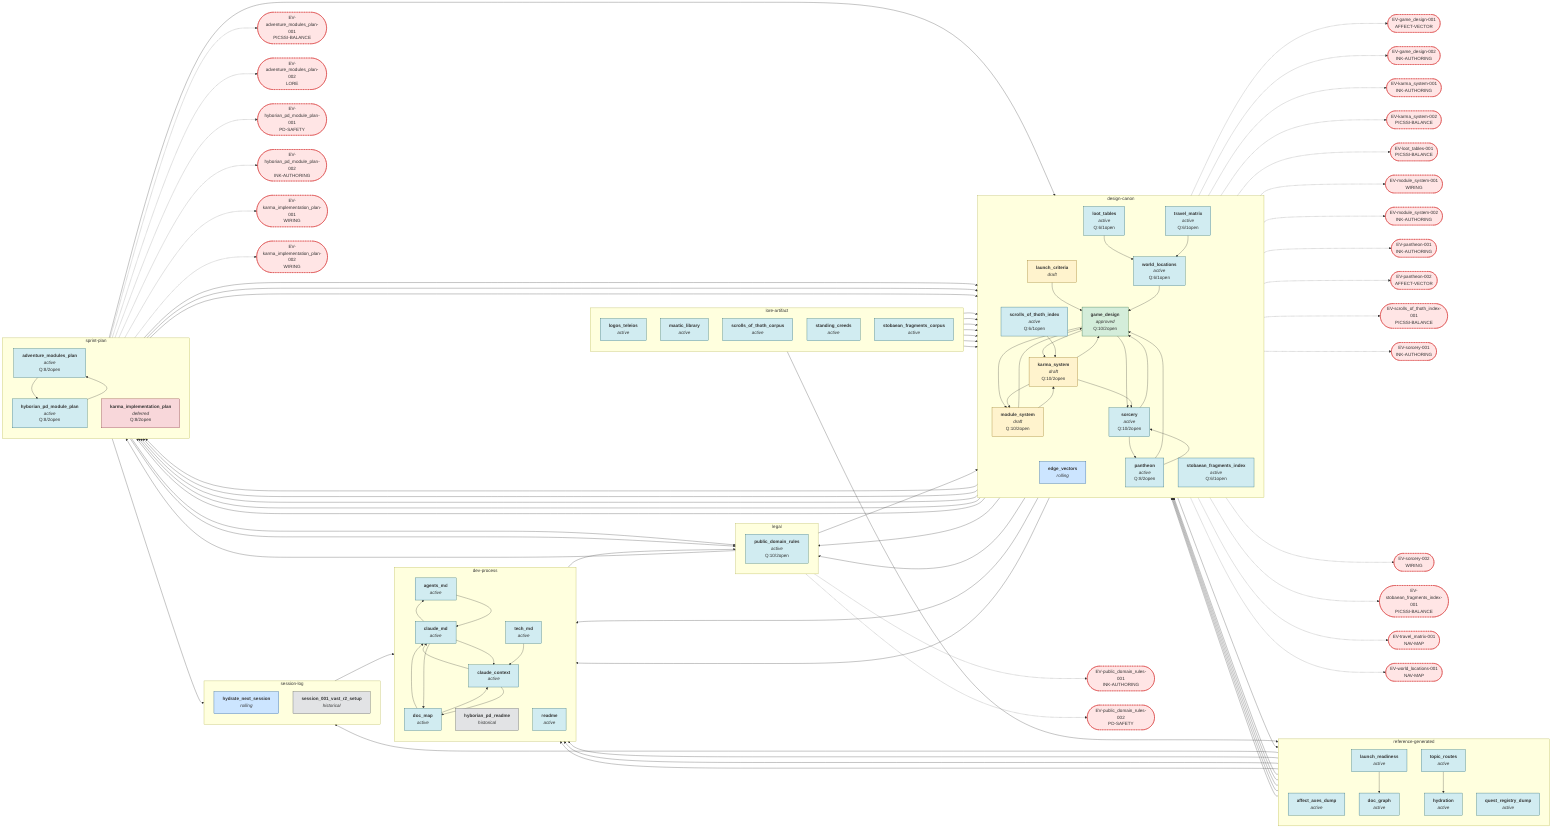
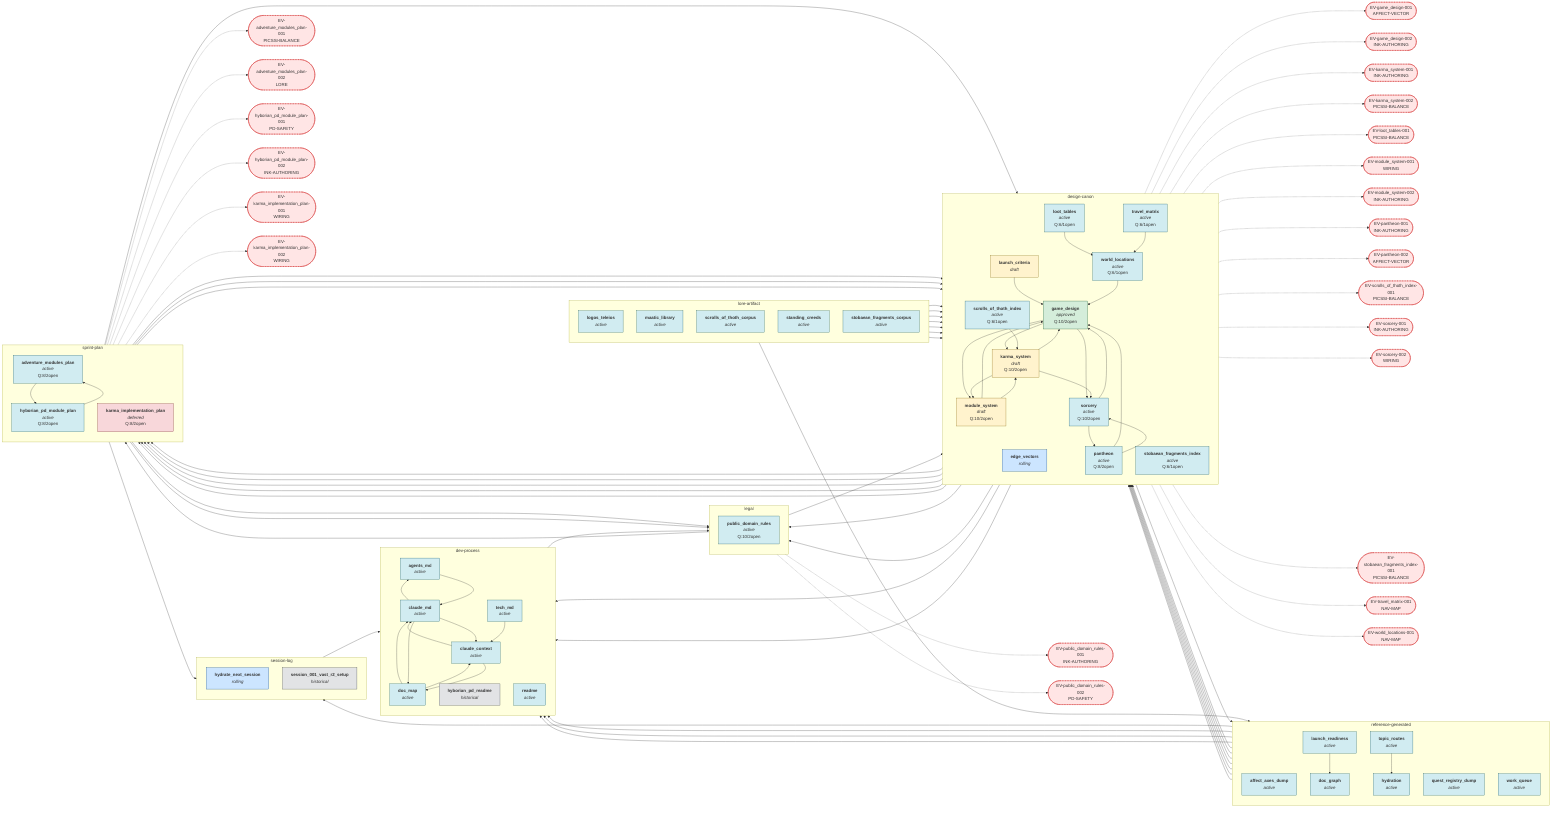
%% AUTO-GENERATED by scripts/build-doc-graph.ts. Do not hand-edit.
%% Run: npm run graph:build
- %% 36 docs · 23 EVs · 194 edges (showing cross_ref + has_open_question only)
+ %% 37 docs · 23 EVs · 182 edges (showing cross_ref + has_open_question only)
%% Generated 2026-05-09

flowchart LR
  subgraph design_canon["design-canon"]
    direction TB
    edge_vectors["<b>edge_vectors</b><br/><i>rolling</i>"]
    game_design["<b>game_design</b><br/><i>approved</i><br/>Q:10/2open"]
    karma_system["<b>karma_system</b><br/><i>draft</i><br/>Q:10/2open"]
    launch_criteria["<b>launch_criteria</b><br/><i>draft</i>"]
    loot_tables["<b>loot_tables</b><br/><i>active</i><br/>Q:6/1open"]
    module_system["<b>module_system</b><br/><i>draft</i><br/>Q:10/2open"]
    pantheon["<b>pantheon</b><br/><i>active</i><br/>Q:8/2open"]
    scrolls_of_thoth_index["<b>scrolls_of_thoth_index</b><br/><i>active</i><br/>Q:6/1open"]
    sorcery["<b>sorcery</b><br/><i>active</i><br/>Q:10/2open"]
    stobaean_fragments_index["<b>stobaean_fragments_index</b><br/><i>active</i><br/>Q:6/1open"]
    travel_matrix["<b>travel_matrix</b><br/><i>active</i><br/>Q:6/1open"]
    world_locations["<b>world_locations</b><br/><i>active</i><br/>Q:6/1open"]
  end

  subgraph dev_process["dev-process"]
    direction TB
    agents_md["<b>agents_md</b><br/><i>active</i>"]
    claude_context["<b>claude_context</b><br/><i>active</i>"]
    claude_md["<b>claude_md</b><br/><i>active</i>"]
    doc_map["<b>doc_map</b><br/><i>active</i>"]
    hyborian_pd_readme["<b>hyborian_pd_readme</b><br/><i>historical</i>"]
    readme["<b>readme</b><br/><i>active</i>"]
    tech_md["<b>tech_md</b><br/><i>active</i>"]
  end

  subgraph legal["legal"]
    direction TB
    public_domain_rules["<b>public_domain_rules</b><br/><i>active</i><br/>Q:10/2open"]
  end

  subgraph lore_artifact["lore-artifact"]
    direction TB
    logos_teleios["<b>logos_teleios</b><br/><i>active</i>"]
    maatic_library["<b>maatic_library</b><br/><i>active</i>"]
    scrolls_of_thoth_corpus["<b>scrolls_of_thoth_corpus</b><br/><i>active</i>"]
    standing_creeds["<b>standing_creeds</b><br/><i>active</i>"]
    stobaean_fragments_corpus["<b>stobaean_fragments_corpus</b><br/><i>active</i>"]
  end

  subgraph reference_generated["reference-generated"]
    direction TB
    affect_axes_dump["<b>affect_axes_dump</b><br/><i>active</i>"]
    doc_graph["<b>doc_graph</b><br/><i>active</i>"]
    hydration["<b>hydration</b><br/><i>active</i>"]
    launch_readiness["<b>launch_readiness</b><br/><i>active</i>"]
    quest_registry_dump["<b>quest_registry_dump</b><br/><i>active</i>"]
    topic_routes["<b>topic_routes</b><br/><i>active</i>"]
+     work_queue["<b>work_queue</b><br/><i>active</i>"]
  end

  subgraph session_log["session-log"]
    direction TB
    hydrate_next_session["<b>hydrate_next_session</b><br/><i>rolling</i>"]
    session_001_vast_r2_setup["<b>session_001_vast_r2_setup</b><br/><i>historical</i>"]
  end

  subgraph sprint_plan["sprint-plan"]
    direction TB
    adventure_modules_plan["<b>adventure_modules_plan</b><br/><i>active</i><br/>Q:8/2open"]
    hyborian_pd_module_plan["<b>hyborian_pd_module_plan</b><br/><i>active</i><br/>Q:8/2open"]
    karma_implementation_plan["<b>karma_implementation_plan</b><br/><i>deferred</i><br/>Q:8/2open"]
  end

  %% Open Edge Vectors
  EV_adventure_modules_plan_001(["EV-adventure_modules_plan-001<br/>PICSSI-BALANCE"])
  EV_adventure_modules_plan_002(["EV-adventure_modules_plan-002<br/>LORE"])
  EV_game_design_001(["EV-game_design-001<br/>AFFECT-VECTOR"])
  EV_game_design_002(["EV-game_design-002<br/>INK-AUTHORING"])
  EV_hyborian_pd_module_plan_001(["EV-hyborian_pd_module_plan-001<br/>PD-SAFETY"])
  EV_hyborian_pd_module_plan_002(["EV-hyborian_pd_module_plan-002<br/>INK-AUTHORING"])
  EV_karma_implementation_plan_001(["EV-karma_implementation_plan-001<br/>WIRING"])
  EV_karma_implementation_plan_002(["EV-karma_implementation_plan-002<br/>WIRING"])
  EV_karma_system_001(["EV-karma_system-001<br/>INK-AUTHORING"])
  EV_karma_system_002(["EV-karma_system-002<br/>PICSSI-BALANCE"])
  EV_loot_tables_001(["EV-loot_tables-001<br/>PICSSI-BALANCE"])
  EV_module_system_001(["EV-module_system-001<br/>WIRING"])
  EV_module_system_002(["EV-module_system-002<br/>INK-AUTHORING"])
  EV_pantheon_001(["EV-pantheon-001<br/>INK-AUTHORING"])
  EV_pantheon_002(["EV-pantheon-002<br/>AFFECT-VECTOR"])
  EV_public_domain_rules_001(["EV-public_domain_rules-001<br/>INK-AUTHORING"])
  EV_public_domain_rules_002(["EV-public_domain_rules-002<br/>PD-SAFETY"])
  EV_scrolls_of_thoth_index_001(["EV-scrolls_of_thoth_index-001<br/>PICSSI-BALANCE"])
  EV_sorcery_001(["EV-sorcery-001<br/>INK-AUTHORING"])
  EV_sorcery_002(["EV-sorcery-002<br/>WIRING"])
  EV_stobaean_fragments_index_001(["EV-stobaean_fragments_index-001<br/>PICSSI-BALANCE"])
  EV_travel_matrix_001(["EV-travel_matrix-001<br/>NAV-MAP"])
  EV_world_locations_001(["EV-world_locations-001<br/>NAV-MAP"])

  %% cross_ref edges (from DOC_MAP)
  adventure_modules_plan --> game_design
  adventure_modules_plan --> hyborian_pd_module_plan
  adventure_modules_plan --> karma_system
  adventure_modules_plan --> public_domain_rules
  agents_md --> claude_md
  claude_context --> claude_md
  claude_context --> doc_map
  claude_md --> agents_md
  claude_md --> claude_context
  claude_md --> doc_map
  doc_graph --> doc_map
  doc_graph --> edge_vectors
  doc_map --> claude_context
  doc_map --> claude_md
  edge_vectors --> doc_map
  game_design --> adventure_modules_plan
  game_design --> karma_system
  game_design --> module_system
  game_design --> public_domain_rules
  game_design --> sorcery
  hyborian_pd_module_plan --> adventure_modules_plan
  hyborian_pd_module_plan --> game_design
  hyborian_pd_module_plan --> public_domain_rules
  hyborian_pd_readme --> public_domain_rules
  hydrate_next_session --> claude_context
  hydration --> doc_map
  hydration --> edge_vectors
  hydration --> hydrate_next_session
  hydration --> launch_criteria
  karma_implementation_plan --> hydrate_next_session
  karma_implementation_plan --> karma_system
  karma_system --> game_design
  karma_system --> karma_implementation_plan
  karma_system --> module_system
  karma_system --> sorcery
  launch_criteria --> adventure_modules_plan
  launch_criteria --> doc_map
  launch_criteria --> game_design
  launch_criteria --> karma_implementation_plan
  launch_readiness --> doc_graph
  launch_readiness --> launch_criteria
  logos_teleios --> scrolls_of_thoth_index
  loot_tables --> world_locations
  maatic_library --> game_design
  maatic_library --> pantheon
  module_system --> game_design
  module_system --> hyborian_pd_module_plan
  module_system --> karma_system
  pantheon --> game_design
  pantheon --> public_domain_rules
  pantheon --> sorcery
  public_domain_rules --> game_design
  public_domain_rules --> hyborian_pd_module_plan
  scrolls_of_thoth_corpus --> scrolls_of_thoth_index
  scrolls_of_thoth_index --> karma_system
  sorcery --> game_design
  sorcery --> pantheon
  standing_creeds --> game_design
  standing_creeds --> karma_system
  stobaean_fragments_corpus --> quest_registry_dump
  stobaean_fragments_corpus --> stobaean_fragments_index
  stobaean_fragments_index --> quest_registry_dump
  tech_md --> claude_context
  topic_routes --> doc_map
  topic_routes --> edge_vectors
  topic_routes --> hydration
  travel_matrix --> world_locations
+   work_queue --> edge_vectors
+   work_queue --> launch_criteria
  world_locations --> game_design

  %% has_open_question edges (doc → EV, dashed)
  adventure_modules_plan -.-> EV_adventure_modules_plan_001
  adventure_modules_plan -.-> EV_adventure_modules_plan_002
  game_design -.-> EV_game_design_001
  game_design -.-> EV_game_design_002
  hyborian_pd_module_plan -.-> EV_hyborian_pd_module_plan_001
  hyborian_pd_module_plan -.-> EV_hyborian_pd_module_plan_002
  karma_implementation_plan -.-> EV_karma_implementation_plan_001
  karma_implementation_plan -.-> EV_karma_implementation_plan_002
  karma_system -.-> EV_karma_system_001
  karma_system -.-> EV_karma_system_002
  loot_tables -.-> EV_loot_tables_001
  module_system -.-> EV_module_system_001
  module_system -.-> EV_module_system_002
  pantheon -.-> EV_pantheon_001
  pantheon -.-> EV_pantheon_002
  public_domain_rules -.-> EV_public_domain_rules_001
  public_domain_rules -.-> EV_public_domain_rules_002
  scrolls_of_thoth_index -.-> EV_scrolls_of_thoth_index_001
  sorcery -.-> EV_sorcery_001
  sorcery -.-> EV_sorcery_002
  stobaean_fragments_index -.-> EV_stobaean_fragments_index_001
  travel_matrix -.-> EV_travel_matrix_001
  world_locations -.-> EV_world_locations_001

  %% Styling
  classDef approved fill:#d4edda,stroke:#155724,stroke-width:1px
  classDef draft fill:#fff3cd,stroke:#856404,stroke-width:1px
  classDef active fill:#d1ecf1,stroke:#0c5460,stroke-width:1px
  classDef deferred fill:#f8d7da,stroke:#721c24,stroke-width:1px
  classDef historical fill:#e2e3e5,stroke:#383d41,stroke-width:1px
  classDef rolling fill:#cce5ff,stroke:#004085,stroke-width:1px
  classDef ev fill:#ffe5e5,stroke:#c00,stroke-width:1px,stroke-dasharray:4 2

-   class adventure_modules_plan,affect_axes_dump,agents_md,claude_context,claude_md,doc_graph,doc_map,hyborian_pd_module_plan,hydration,launch_readiness,logos_teleios,loot_tables,maatic_library,pantheon,public_domain_rules,quest_registry_dump,readme,scrolls_of_thoth_corpus,scrolls_of_thoth_index,sorcery,standing_creeds,stobaean_fragments_corpus,stobaean_fragments_index,tech_md,topic_routes,travel_matrix,world_locations active
+   class adventure_modules_plan,affect_axes_dump,agents_md,claude_context,claude_md,doc_graph,doc_map,hyborian_pd_module_plan,hydration,launch_readiness,logos_teleios,loot_tables,maatic_library,pantheon,public_domain_rules,quest_registry_dump,readme,scrolls_of_thoth_corpus,scrolls_of_thoth_index,sorcery,standing_creeds,stobaean_fragments_corpus,stobaean_fragments_index,tech_md,topic_routes,travel_matrix,work_queue,world_locations active
  class game_design approved
  class karma_implementation_plan deferred
  class karma_system,launch_criteria,module_system draft
  class hyborian_pd_readme,session_001_vast_r2_setup historical
  class edge_vectors,hydrate_next_session rolling
  class EV_adventure_modules_plan_001,EV_adventure_modules_plan_002,EV_game_design_001,EV_game_design_002,EV_hyborian_pd_module_plan_001,EV_hyborian_pd_module_plan_002,EV_karma_implementation_plan_001,EV_karma_implementation_plan_002,EV_karma_system_001,EV_karma_system_002,EV_loot_tables_001,EV_module_system_001,EV_module_system_002,EV_pantheon_001,EV_pantheon_002,EV_public_domain_rules_001,EV_public_domain_rules_002,EV_scrolls_of_thoth_index_001,EV_sorcery_001,EV_sorcery_002,EV_stobaean_fragments_index_001,EV_travel_matrix_001,EV_world_locations_001 ev
